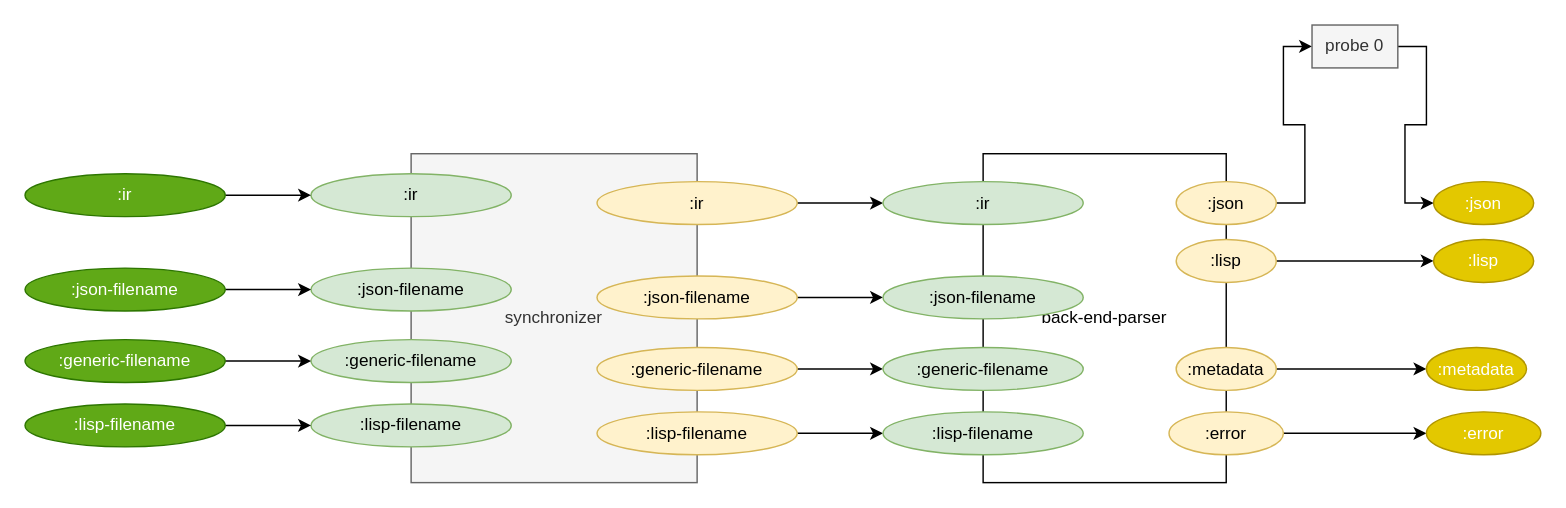
The draw.io diagram page "1. back-end" (4 of 7) of svg/cl-compiler/doc/V3-compiler.drawio in bmfbp/bmfbp, before the edit. Source tidied: cells renumbered, new cells numbered last; positions are measured from the earlier drawing's top-left corner, leaving out a move shared by most shapes. Both pictures are drawn from the tidied source at 143%, with x=0, y=0 at pixel (24, 24).
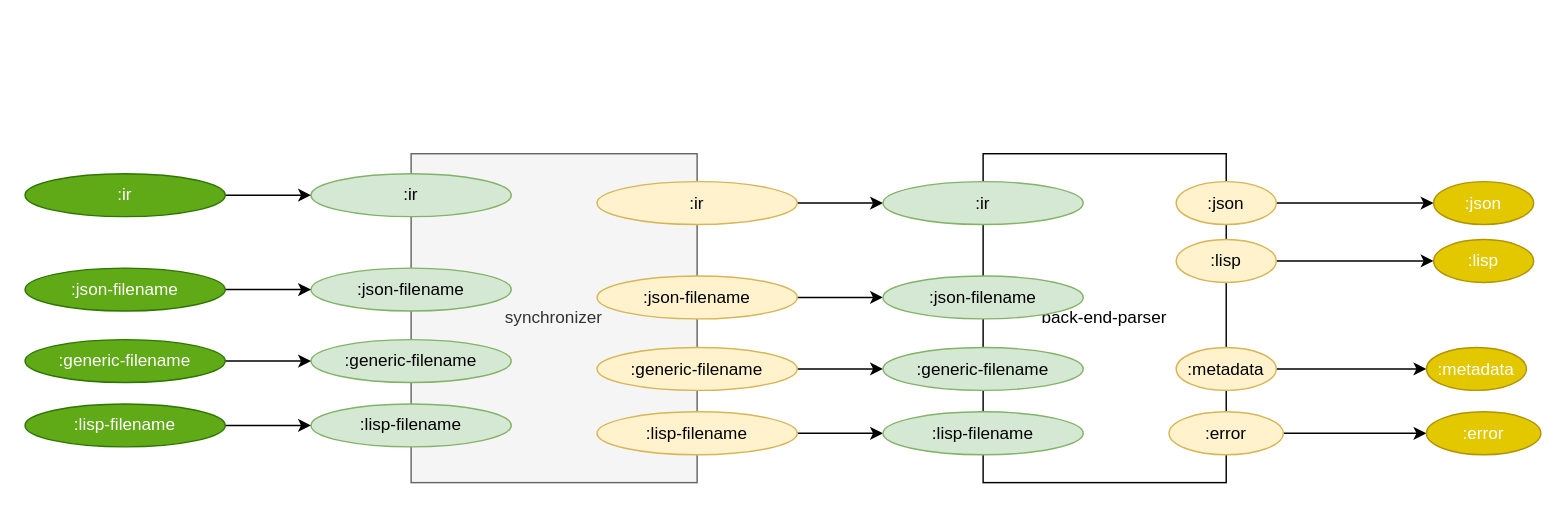
The same page after the edit.

Unchanged cells that the change refers to:
```xml
<mxCell id="35" value=":json" style="ellipse;whiteSpace=wrap;html=1;fillColor=#fff2cc;strokeColor=#d6b656;" parent="1" vertex="1">
  <mxGeometry x="805" y="109.5" width="70" height="30" as="geometry" />
</mxCell>
<mxCell id="39" value=":json" style="ellipse;whiteSpace=wrap;html=1;fillColor=#e3c800;strokeColor=#B09500;fontColor=#ffffff;" parent="1" vertex="1">
  <mxGeometry x="985" y="109.5" width="70" height="30" as="geometry" />
</mxCell>
```

Change to the diagram source:
```diff
@@
-    <mxCell id="34" style="edgeStyle=orthogonalEdgeStyle;rounded=0;jettySize=auto;html=1;exitX=1;exitY=0.5;exitDx=0;exitDy=0;entryX=0;entryY=0.5;entryDx=0;entryDy=0;" parent="1" edge="1" source="35" target="41">
-      <mxGeometry relative="1" as="geometry" />
-    </mxCell>
+    <mxCell id="42" style="edgeStyle=orthogonalEdgeStyle;rounded=0;jettySize=auto;html=1;exitX=1;exitY=0.5;exitDx=0;exitDy=0;entryX=0;entryY=0.5;entryDx=0;entryDy=0;" parent="1" edge="1" source="35" target="39">
+      <mxGeometry relative="1" as="geometry" />
+    </mxCell>
@@
-    <mxCell id="40" style="edgeStyle=orthogonalEdgeStyle;rounded=0;jettySize=auto;html=1;exitX=1;exitY=0.5;exitDx=0;exitDy=0;entryX=0;entryY=0.5;entryDx=0;entryDy=0;" parent="1" edge="1" source="41" target="39">
-      <mxGeometry relative="1" as="geometry" />
-    </mxCell>
-    <mxCell id="41" value="probe 0" style="rounded=0;whiteSpace=wrap;html=1;fillColor=#f5f5f5;strokeColor=#666666;fontColor=#333333;" parent="1" vertex="1">
-      <mxGeometry x="900" width="60" height="30" as="geometry" />
-    </mxCell>
```
